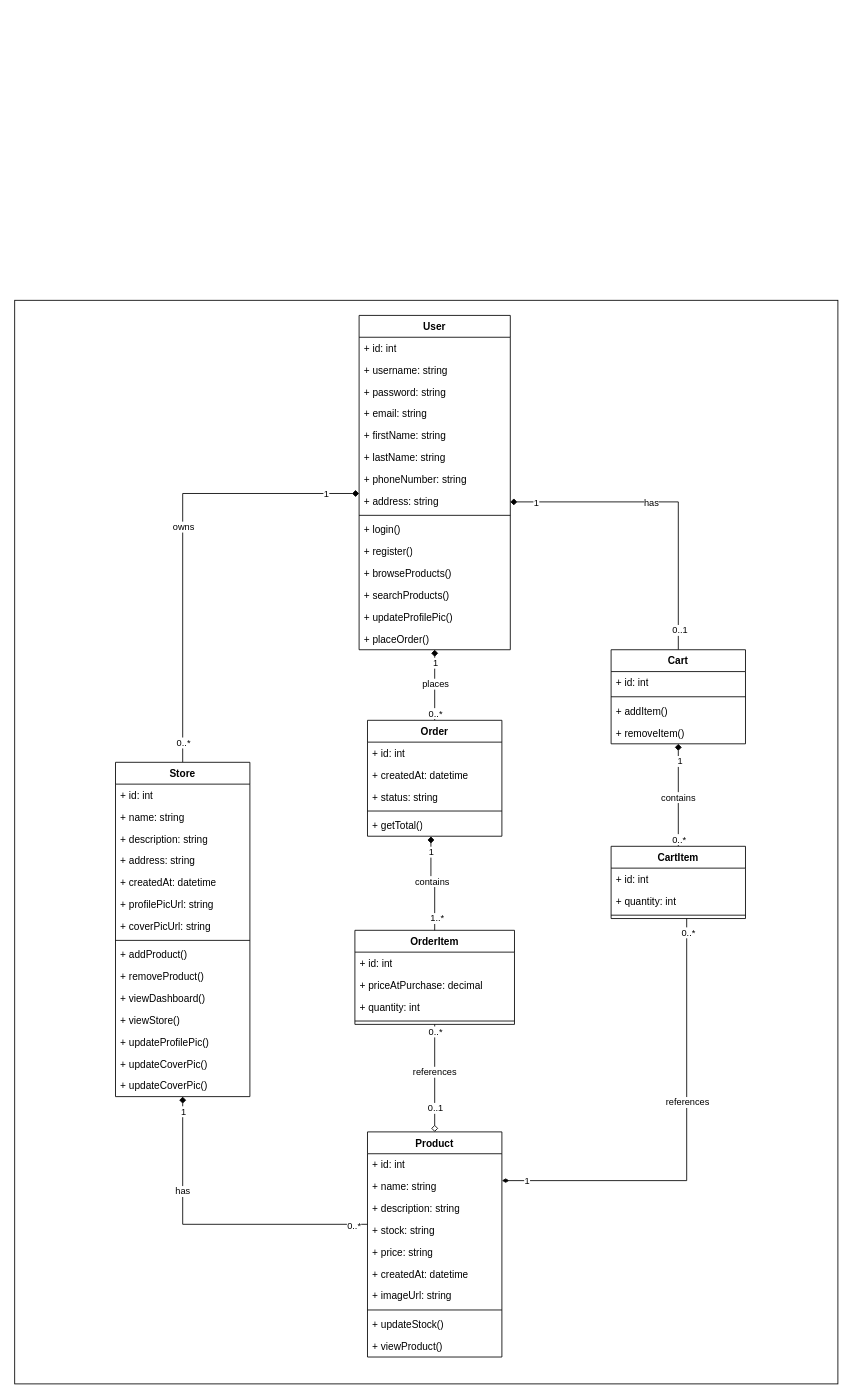
The draw.io diagram page "Class Diagram" (2 of 2) of E-Commerce API Use-case diagram.drawio in RHILIUS/drawio, before the edit. Source tidied: cells renumbered, new cells numbered last; positions are measured from the earlier drawing's top-left corner, leaving out a move shared by most shapes. Both pictures are drawn from the tidied source at 84%, with x=0, y=0 at pixel (14, 300).
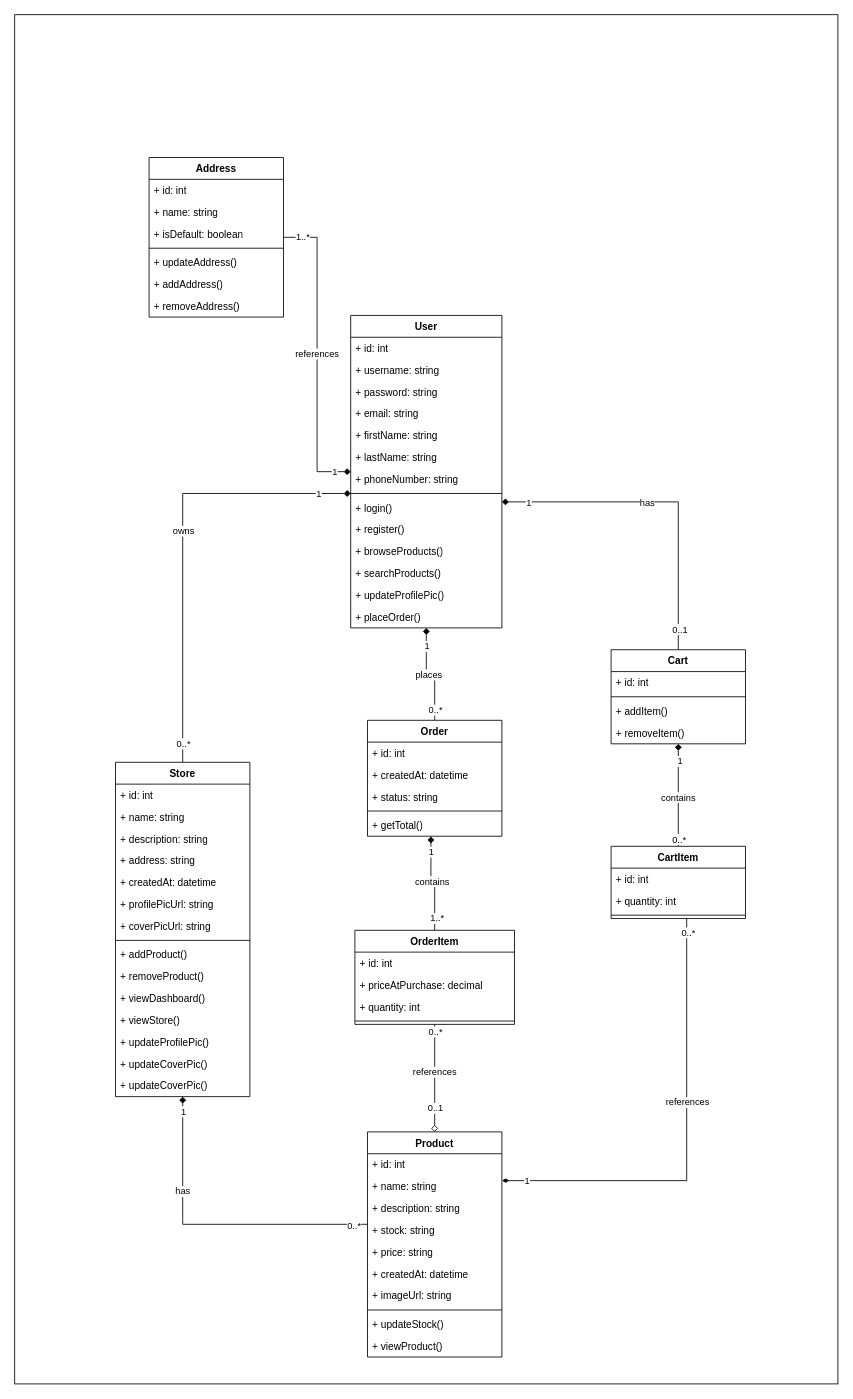
The same diagram, later.

Commit message:
feat(class diagram): Add address class

What changed in the source:
```diff
@@
     <mxCell id="2" style="rounded=0;whiteSpace=wrap;html=1;" parent="1" vertex="1">
-      <mxGeometry width="980" height="1290" as="geometry" />
+      <mxGeometry y="-340" width="980" height="1630" as="geometry" />
     </mxCell>
     <mxCell id="3" value="User" style="swimlane;fontStyle=1;align=center;verticalAlign=top;horizontal=1;startSize=26;whiteSpace=wrap;html=1;" parent="1" vertex="1">
-      <mxGeometry x="410" y="18" width="180" height="398" as="geometry" />
+      <mxGeometry x="400" y="18" width="180" height="372" as="geometry" />
     </mxCell>
@@
-    <mxCell id="11" value="+ address: string" style="text;strokeColor=none;fillColor=none;align=left;verticalAlign=top;spacingLeft=4;spacingRight=4;overflow=hidden;whiteSpace=wrap;html=1;" parent="3" vertex="1">
-      <mxGeometry y="208" width="180" height="26" as="geometry" />
-    </mxCell>
     <mxCell id="12" style="line;strokeWidth=1;fillColor=none;align=left;verticalAlign=middle;spacingTop=-1;spacingLeft=3;spacingRight=3;labelPosition=right;strokeColor=inherit;" parent="3" vertex="1">
-      <mxGeometry y="234" width="180" height="8" as="geometry" />
+      <mxGeometry y="208" width="180" height="8" as="geometry" />
     </mxCell>
     <mxCell id="13" value="+ login()" style="text;strokeColor=none;fillColor=none;align=left;verticalAlign=top;spacingLeft=4;spacingRight=4;overflow=hidden;whiteSpace=wrap;html=1;" parent="3" vertex="1">
-      <mxGeometry y="242" width="180" height="26" as="geometry" />
+      <mxGeometry y="216" width="180" height="26" as="geometry" />
     </mxCell>
     <mxCell id="14" value="+ register()" style="text;strokeColor=none;fillColor=none;align=left;verticalAlign=top;spacingLeft=4;spacingRight=4;overflow=hidden;whiteSpace=wrap;html=1;" parent="3" vertex="1">
-      <mxGeometry y="268" width="180" height="26" as="geometry" />
+      <mxGeometry y="242" width="180" height="26" as="geometry" />
     </mxCell>
     <mxCell id="15" value="+ browseProducts()" style="text;strokeColor=none;fillColor=none;align=left;verticalAlign=top;spacingLeft=4;spacingRight=4;overflow=hidden;whiteSpace=wrap;html=1;" parent="3" vertex="1">
-      <mxGeometry y="294" width="180" height="26" as="geometry" />
+      <mxGeometry y="268" width="180" height="26" as="geometry" />
     </mxCell>
     <mxCell id="16" value="+ searchProducts()" style="text;strokeColor=none;fillColor=none;align=left;verticalAlign=top;spacingLeft=4;spacingRight=4;overflow=hidden;whiteSpace=wrap;html=1;" parent="3" vertex="1">
-      <mxGeometry y="320" width="180" height="26" as="geometry" />
+      <mxGeometry y="294" width="180" height="26" as="geometry" />
     </mxCell>
     <mxCell id="17" value="+ updateProfilePic()" style="text;strokeColor=none;fillColor=none;align=left;verticalAlign=top;spacingLeft=4;spacingRight=4;overflow=hidden;whiteSpace=wrap;html=1;" parent="3" vertex="1">
-      <mxGeometry y="346" width="180" height="26" as="geometry" />
+      <mxGeometry y="320" width="180" height="26" as="geometry" />
     </mxCell>
     <mxCell id="18" value="+ placeOrder()" style="text;strokeColor=none;fillColor=none;align=left;verticalAlign=top;spacingLeft=4;spacingRight=4;overflow=hidden;whiteSpace=wrap;html=1;" parent="3" vertex="1">
-      <mxGeometry y="372" width="180" height="26" as="geometry" />
+      <mxGeometry y="346" width="180" height="26" as="geometry" />
     </mxCell>
@@
+    <mxCell id="98" style="edgeStyle=orthogonalEdgeStyle;rounded=0;jettySize=auto;html=1;endArrow=diamond;endFill=1;" parent="1" edge="1" source="102" target="3">
+      <mxGeometry relative="1" as="geometry" />
+    </mxCell>
+    <mxCell id="99" value="references" style="edgeLabel;html=1;align=center;verticalAlign=middle;" parent="98" vertex="1">
+      <mxGeometry x="-0.01" y="-1" relative="1" as="geometry" />
+    </mxCell>
+    <mxCell id="100" value="1" style="edgeLabel;html=1;align=center;verticalAlign=middle;" parent="98" vertex="1">
+      <mxGeometry x="0.89" y="1" relative="1" as="geometry" />
+    </mxCell>
+    <mxCell id="101" value="1..*" style="edgeLabel;html=1;align=center;verticalAlign=middle;" parent="98" vertex="1">
+      <mxGeometry x="-0.88" y="1" relative="1" as="geometry" />
+    </mxCell>
+    <mxCell id="102" value="Address" style="swimlane;fontStyle=1;align=center;verticalAlign=top;horizontal=1;startSize=26;whiteSpace=wrap;html=1;" parent="1" vertex="1">
+      <mxGeometry x="160" y="-170" width="160" height="190" as="geometry" />
+    </mxCell>
+    <mxCell id="103" value="+ id: int" style="text;strokeColor=none;fillColor=none;align=left;verticalAlign=top;spacingLeft=4;spacingRight=4;overflow=hidden;whiteSpace=wrap;html=1;" parent="102" vertex="1">
+      <mxGeometry y="26" width="160" height="26" as="geometry" />
+    </mxCell>
+    <mxCell id="104" value="+ name: string" style="text;strokeColor=none;fillColor=none;align=left;verticalAlign=top;spacingLeft=4;spacingRight=4;overflow=hidden;whiteSpace=wrap;html=1;" parent="102" vertex="1">
+      <mxGeometry y="52" width="160" height="26" as="geometry" />
+    </mxCell>
+    <mxCell id="105" value="+ isDefault: boolean" style="text;strokeColor=none;fillColor=none;align=left;verticalAlign=top;spacingLeft=4;spacingRight=4;overflow=hidden;whiteSpace=wrap;html=1;" parent="102" vertex="1">
+      <mxGeometry y="78" width="160" height="26" as="geometry" />
+    </mxCell>
+    <mxCell id="106" style="line;strokeWidth=1;fillColor=none;align=left;verticalAlign=middle;spacingTop=-1;spacingLeft=3;spacingRight=3;labelPosition=right;strokeColor=inherit;" parent="102" vertex="1">
+      <mxGeometry y="104" width="160" height="8" as="geometry" />
+    </mxCell>
+    <mxCell id="107" value="+ updateAddress()" style="text;strokeColor=none;fillColor=none;align=left;verticalAlign=top;spacingLeft=4;spacingRight=4;overflow=hidden;whiteSpace=wrap;html=1;" parent="102" vertex="1">
+      <mxGeometry y="112" width="160" height="26" as="geometry" />
+    </mxCell>
+    <mxCell id="108" value="+ addAddress()" style="text;strokeColor=none;fillColor=none;align=left;verticalAlign=top;spacingLeft=4;spacingRight=4;overflow=hidden;whiteSpace=wrap;html=1;" parent="102" vertex="1">
+      <mxGeometry y="138" width="160" height="26" as="geometry" />
+    </mxCell>
+    <mxCell id="109" value="+ removeAddress()" style="text;strokeColor=none;fillColor=none;align=left;verticalAlign=top;spacingLeft=4;spacingRight=4;overflow=hidden;whiteSpace=wrap;html=1;" parent="102" vertex="1">
+      <mxGeometry y="164" width="160" height="26" as="geometry" />
+    </mxCell>
```
